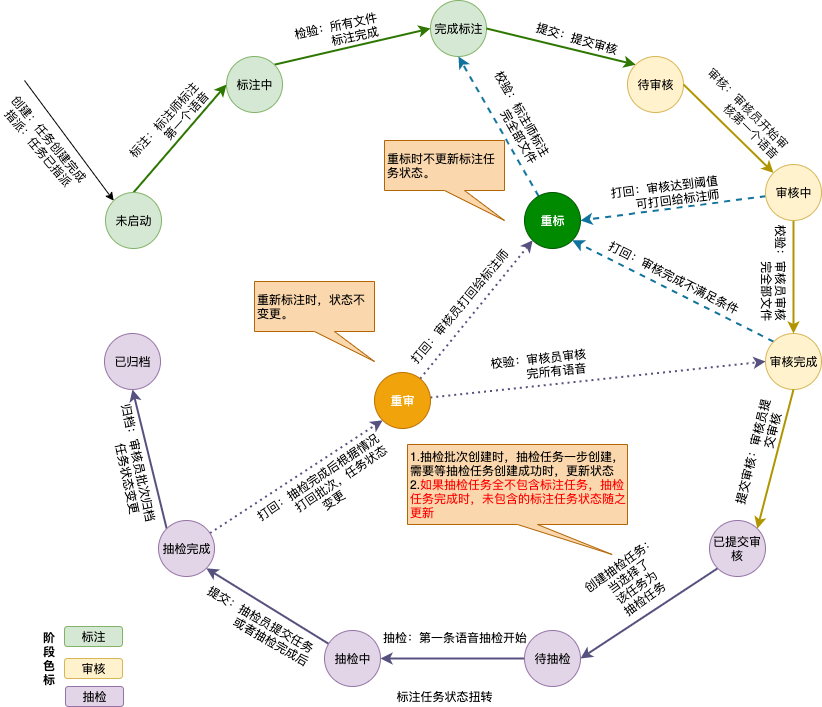
Above: 标注状态转变图.png in gumuqi/draw.io (draw.io), before the change. Source tidied: cells renumbered, new cells last; positions are measured from the earlier drawing's top-left corner, leaving out a move shared by most shapes.
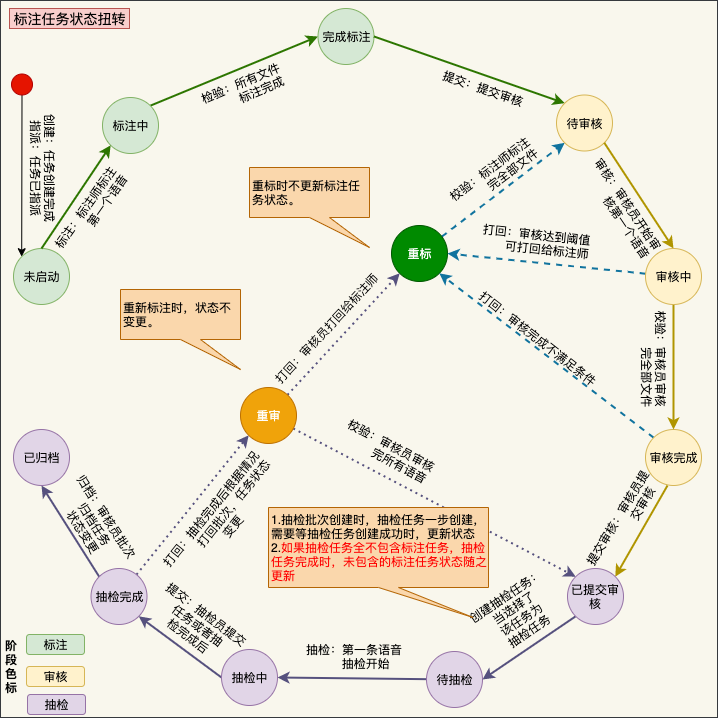
Later version of the same file.

Commit message:
已添加 标注状态转变图.png

The edit, as a diff of the source:
```diff
@@ -4,18 +4,11 @@
     <mxCell id="1" parent="0" />
-    <mxCell id="2" style="rounded=0;jettySize=auto;html=1;entryX=0;entryY=0.5;entryDx=0;entryDy=0;fillColor=#60a917;strokeColor=#2D7600;exitX=0.5;exitY=0;exitDx=0;exitDy=0;strokeWidth=2;" parent="1" edge="1" source="6" target="9">
-      <mxGeometry relative="1" as="geometry" />
-    </mxCell>
-    <mxCell id="3" value="标注：标注师标注&lt;br&gt;&amp;nbsp; &amp;nbsp; &amp;nbsp; &amp;nbsp; &amp;nbsp; &amp;nbsp;第一个语音" style="text;html=1;align=center;verticalAlign=middle;labelBackgroundColor=#ffffff;rotation=312;" parent="2" vertex="1">
-      <mxGeometry x="-0.02" y="2" relative="1" as="geometry">
-        <mxPoint x="-9" y="-14" as="offset" />
-      </mxGeometry>
-    </mxCell>
+    <mxCell id="59" style="whiteSpace=wrap;html=1;fillColor=#f9f7ed;strokeColor=#36393d;" parent="1" vertex="1">
+      <mxGeometry x="52" y="-61" width="717" height="717" as="geometry" />
+    </mxCell>
-    <mxCell id="4" style="edgeStyle=none;rounded=0;jettySize=auto;html=1;startArrow=classic;startFill=1;endArrow=none;endFill=0;exitX=0;exitY=0;exitDx=0;exitDy=0;" parent="1" edge="1" source="6">
-      <mxGeometry relative="1" as="geometry">
-        <mxPoint y="80" as="targetPoint" />
-      </mxGeometry>
+    <mxCell id="4" style="edgeStyle=none;rounded=0;jettySize=auto;html=1;startArrow=classic;startFill=1;endArrow=none;endFill=0;exitX=0;exitY=0;exitDx=0;exitDy=0;entryX=0.5;entryY=1;entryDx=0;entryDy=0;" parent="1" edge="1" source="6" target="60">
+      <mxGeometry relative="1" as="geometry" />
     </mxCell>
-    <mxCell id="5" value="&lt;span style=&quot;text-align: left&quot;&gt;创建：任务创建完成&lt;/span&gt;&lt;br style=&quot;text-align: left&quot;&gt;&lt;span style=&quot;text-align: left&quot;&gt;指派：任务已指派&lt;/span&gt;" style="text;html=1;align=center;verticalAlign=middle;labelBackgroundColor=#ffffff;rotation=50;" parent="4" vertex="1">
+    <mxCell id="5" value="&lt;span style=&quot;text-align: left&quot;&gt;创建：任务创建完成&lt;/span&gt;&lt;br style=&quot;text-align: left&quot;&gt;&lt;span style=&quot;text-align: left&quot;&gt;指派：任务已指派&lt;/span&gt;" style="text;html=1;align=center;verticalAlign=middle;labelBackgroundColor=none;rotation=90;" parent="4" vertex="1">
       <mxGeometry x="0.25" relative="1" as="geometry">
-        <mxPoint x="-13.5" y="16.5" as="offset" />
+        <mxPoint x="22" y="12" as="offset" />
       </mxGeometry>
@@ -23,3 +16,3 @@
     <mxCell id="6" value="未启动" style="ellipse;whiteSpace=wrap;html=1;fillColor=#d5e8d4;strokeColor=#82b366;" parent="1" vertex="1">
-      <mxGeometry x="81" y="192" width="56" height="56" as="geometry" />
+      <mxGeometry x="65" y="187" width="56" height="56" as="geometry" />
     </mxCell>
@@ -28,5 +21,5 @@
     </mxCell>
-    <mxCell id="8" value="&lt;span style=&quot;font-size: 11px&quot;&gt;检验：所有文件&lt;/span&gt;&lt;br style=&quot;font-size: 11px&quot;&gt;&lt;span style=&quot;font-size: 11px&quot;&gt;&amp;nbsp; &amp;nbsp; &amp;nbsp; &amp;nbsp; &amp;nbsp; 标注完成&lt;/span&gt;" style="text;html=1;align=center;verticalAlign=middle;labelBackgroundColor=#ffffff;rotation=348;direction=south;" parent="7" vertex="1">
+    <mxCell id="8" value="&lt;span style=&quot;font-size: 11px&quot;&gt;检验：所有文件&lt;/span&gt;&lt;br style=&quot;font-size: 11px&quot;&gt;&lt;span style=&quot;font-size: 11px&quot;&gt;&amp;nbsp; &amp;nbsp; &amp;nbsp; &amp;nbsp; &amp;nbsp; 标注完成&lt;/span&gt;" style="text;html=1;align=center;verticalAlign=middle;labelBackgroundColor=none;rotation=337;direction=south;" parent="7" vertex="1">
       <mxGeometry x="-0.17" y="2" relative="1" as="geometry">
-        <mxPoint x="-2.5" y="-16" as="offset" />
+        <mxPoint x="24" y="14" as="offset" />
       </mxGeometry>
@@ -34,13 +27,13 @@
     <mxCell id="9" value="标注中" style="ellipse;whiteSpace=wrap;html=1;fillColor=#d5e8d4;strokeColor=#82b366;" parent="1" vertex="1">
-      <mxGeometry x="202" y="56" width="56" height="56" as="geometry" />
+      <mxGeometry x="154" y="36" width="56" height="56" as="geometry" />
     </mxCell>
     <mxCell id="10" value="完成标注" style="ellipse;whiteSpace=wrap;html=1;fillColor=#d5e8d4;strokeColor=#82b366;" parent="1" vertex="1">
-      <mxGeometry x="406" width="56" height="56" as="geometry" />
+      <mxGeometry x="369.5" y="-53" width="56" height="56" as="geometry" />
     </mxCell>
-    <mxCell id="11" style="edgeStyle=none;rounded=0;jettySize=auto;html=1;entryX=0.5;entryY=1;entryDx=0;entryDy=0;startArrow=none;startFill=0;endArrow=classic;endFill=1;dashed=1;strokeWidth=2;fillColor=#b1ddf0;strokeColor=#10739e;" parent="1" edge="1" source="13" target="10">
+    <mxCell id="11" style="edgeStyle=none;rounded=0;jettySize=auto;html=1;entryX=0;entryY=1;entryDx=0;entryDy=0;startArrow=none;startFill=0;endArrow=classic;endFill=1;dashed=1;strokeWidth=2;fillColor=#b1ddf0;strokeColor=#10739e;" parent="1" edge="1" source="13" target="19">
       <mxGeometry relative="1" as="geometry" />
     </mxCell>
-    <mxCell id="12" value="&lt;span style=&quot;color: rgb(0 , 0 , 0)&quot;&gt;校验：标注师标注&lt;/span&gt;&lt;br style=&quot;color: rgb(0 , 0 , 0)&quot;&gt;&lt;span style=&quot;color: rgb(0 , 0 , 0)&quot;&gt;&amp;nbsp; &amp;nbsp; &amp;nbsp; &amp;nbsp; &amp;nbsp; &amp;nbsp;完全部文件&lt;/span&gt;" style="text;html=1;align=center;verticalAlign=middle;labelBackgroundColor=#ffffff;fontColor=#006633;rotation=60;" parent="11" vertex="1">
+    <mxCell id="12" value="&lt;span style=&quot;color: rgb(0 , 0 , 0)&quot;&gt;校验：标注师标注&lt;/span&gt;&lt;br style=&quot;color: rgb(0 , 0 , 0)&quot;&gt;&lt;span style=&quot;color: rgb(0 , 0 , 0)&quot;&gt;&amp;nbsp; &amp;nbsp; &amp;nbsp; &amp;nbsp; &amp;nbsp; &amp;nbsp;完全部文件&lt;/span&gt;" style="text;html=1;align=center;verticalAlign=middle;labelBackgroundColor=none;fontColor=#006633;rotation=323;" parent="11" vertex="1">
       <mxGeometry x="0.11" y="-2" relative="1" as="geometry">
-        <mxPoint x="22" y="-0.5" as="offset" />
+        <mxPoint x="-18" y="-11.5" as="offset" />
       </mxGeometry>
@@ -48,3 +41,3 @@
     <mxCell id="13" value="重标" style="ellipse;whiteSpace=wrap;html=1;fillColor=#008a00;strokeColor=#005700;fontColor=#ffffff;" parent="1" vertex="1">
-      <mxGeometry x="500" y="192" width="56" height="56" as="geometry" />
+      <mxGeometry x="443" y="164" width="56" height="56" as="geometry" />
     </mxCell>
@@ -53,5 +46,5 @@
     </mxCell>
-    <mxCell id="15" value="打回：审核完成不满足条件" style="text;html=1;align=center;verticalAlign=middle;labelBackgroundColor=#ffffff;rotation=27;" parent="14" vertex="1">
+    <mxCell id="15" value="打回：审核完成不满足条件" style="text;html=1;align=center;verticalAlign=middle;labelBackgroundColor=none;rotation=38;" parent="14" vertex="1">
       <mxGeometry x="0.41" relative="1" as="geometry">
-        <mxPoint x="43" y="6.5" as="offset" />
+        <mxPoint x="36.5" y="16" as="offset" />
       </mxGeometry>
@@ -59,3 +52,3 @@
     <mxCell id="16" value="审核完成" style="ellipse;whiteSpace=wrap;html=1;fillColor=#fff2cc;strokeColor=#d6b656;" parent="1" vertex="1">
-      <mxGeometry x="741" y="333" width="56" height="56" as="geometry" />
+      <mxGeometry x="697" y="368" width="56" height="56" as="geometry" />
     </mxCell>
@@ -64,5 +57,5 @@
     </mxCell>
-    <mxCell id="18" value="提交：提交审核" style="text;html=1;align=center;verticalAlign=middle;labelBackgroundColor=#ffffff;rotation=16;" parent="17" vertex="1">
+    <mxCell id="18" value="提交：提交审核" style="text;html=1;align=center;verticalAlign=middle;labelBackgroundColor=none;rotation=19;" parent="17" vertex="1">
       <mxGeometry x="-0.16" relative="1" as="geometry">
-        <mxPoint x="4" y="-12" as="offset" />
+        <mxPoint x="-1" y="12.5" as="offset" />
       </mxGeometry>
@@ -70,16 +63,16 @@
     <mxCell id="19" value="待审核" style="ellipse;whiteSpace=wrap;html=1;fillColor=#fff2cc;strokeColor=#d6b656;" parent="1" vertex="1">
-      <mxGeometry x="603" y="56" width="56" height="56" as="geometry" />
+      <mxGeometry x="608" y="33.5" width="56" height="56" as="geometry" />
     </mxCell>
-    <mxCell id="20" style="rounded=0;jettySize=auto;html=1;entryX=1;entryY=0.5;entryDx=0;entryDy=0;fillColor=#e3c800;strokeColor=#B09500;startArrow=classic;startFill=1;endArrow=none;endFill=0;strokeWidth=2;" parent="1" edge="1" source="28" target="19">
+    <mxCell id="20" style="rounded=0;jettySize=auto;html=1;entryX=1;entryY=1;entryDx=0;entryDy=0;fillColor=#e3c800;strokeColor=#B09500;startArrow=classic;startFill=1;endArrow=none;endFill=0;strokeWidth=2;exitX=0.5;exitY=0;exitDx=0;exitDy=0;" parent="1" edge="1" source="28" target="19">
       <mxGeometry relative="1" as="geometry" />
     </mxCell>
-    <mxCell id="21" value="审核：审核员开始审&lt;br&gt;&amp;nbsp; &amp;nbsp; &amp;nbsp; &amp;nbsp; &amp;nbsp; &amp;nbsp;核第一个语音" style="text;html=1;align=center;verticalAlign=middle;labelBackgroundColor=#ffffff;rotation=45;" parent="20" vertex="1">
+    <mxCell id="21" value="审核：审核员开始审&lt;br&gt;&amp;nbsp; &amp;nbsp; &amp;nbsp; &amp;nbsp; &amp;nbsp; &amp;nbsp;核第一个语音" style="text;html=1;align=center;verticalAlign=middle;labelBackgroundColor=none;rotation=56;" parent="20" vertex="1">
       <mxGeometry x="0.25" y="-1" relative="1" as="geometry">
-        <mxPoint x="26.5" y="-4.5" as="offset" />
+        <mxPoint x="-7.5" y="25.5" as="offset" />
       </mxGeometry>
     </mxCell>
-    <mxCell id="22" style="rounded=0;jettySize=auto;html=1;fillColor=#e3c800;strokeColor=#B09500;entryX=1;entryY=0;entryDx=0;entryDy=0;exitX=0.5;exitY=1;exitDx=0;exitDy=0;strokeWidth=2;" parent="1" edge="1" source="16" target="54">
+    <mxCell id="22" style="rounded=0;jettySize=auto;html=1;fillColor=#e3c800;strokeColor=#B09500;entryX=1;entryY=0;entryDx=0;entryDy=0;exitX=0.393;exitY=1;exitDx=0;exitDy=0;strokeWidth=2;exitPerimeter=0;" parent="1" edge="1" source="16" target="54">
       <mxGeometry relative="1" as="geometry" />
     </mxCell>
-    <mxCell id="23" value="提交审核：审核员提&lt;br&gt;&amp;nbsp; &amp;nbsp; &amp;nbsp; &amp;nbsp; &amp;nbsp; &amp;nbsp; &amp;nbsp; &amp;nbsp;交审核" style="text;html=1;align=center;verticalAlign=middle;labelBackgroundColor=#ffffff;rotation=284;" parent="22" vertex="1">
+    <mxCell id="23" value="提交审核：审核员提&lt;br&gt;&amp;nbsp; &amp;nbsp; &amp;nbsp; &amp;nbsp; &amp;nbsp; &amp;nbsp; &amp;nbsp; &amp;nbsp;交审核" style="text;html=1;align=center;verticalAlign=middle;labelBackgroundColor=none;rotation=301;" parent="22" vertex="1">
       <mxGeometry x="0.18" relative="1" as="geometry">
@@ -91,3 +84,3 @@
     </mxCell>
-    <mxCell id="25" value="校验：审核员审核&lt;br&gt;&amp;nbsp; &amp;nbsp; &amp;nbsp; &amp;nbsp; &amp;nbsp; &amp;nbsp;完全部文件" style="text;html=1;align=center;verticalAlign=middle;labelBackgroundColor=#ffffff;rotation=90;" parent="24" vertex="1">
+    <mxCell id="25" value="校验：审核员审核&lt;br&gt;&amp;nbsp; &amp;nbsp; &amp;nbsp; &amp;nbsp; &amp;nbsp; &amp;nbsp;完全部文件" style="text;html=1;align=center;verticalAlign=middle;labelBackgroundColor=none;rotation=90;" parent="24" vertex="1">
       <mxGeometry x="-0.61" y="-1" relative="1" as="geometry">
@@ -99,3 +92,3 @@
     </mxCell>
-    <mxCell id="27" value="打回：审核达到阈值&lt;br&gt;&amp;nbsp; &amp;nbsp; &amp;nbsp; &amp;nbsp;可打回给标注师" style="text;html=1;align=center;verticalAlign=middle;labelBackgroundColor=#ffffff;rotation=353;" parent="26" vertex="1">
+    <mxCell id="27" value="打回：审核达到阈值&lt;br&gt;&amp;nbsp; &amp;nbsp; &amp;nbsp; &amp;nbsp;可打回给标注师" style="text;html=1;align=center;verticalAlign=middle;labelBackgroundColor=none;rotation=6;" parent="26" vertex="1">
       <mxGeometry x="0.32" y="-2" relative="1" as="geometry">
@@ -105,3 +98,3 @@
     <mxCell id="28" value="审核中" style="ellipse;whiteSpace=wrap;html=1;fillColor=#fff2cc;strokeColor=#d6b656;" parent="1" vertex="1">
-      <mxGeometry x="741" y="164" width="56" height="56" as="geometry" />
+      <mxGeometry x="697" y="187" width="56" height="56" as="geometry" />
     </mxCell>
@@ -110,5 +103,5 @@
     </mxCell>
-    <mxCell id="30" value="归档：审核员批次归档&lt;br&gt;&amp;nbsp; &amp;nbsp; &amp;nbsp; &amp;nbsp; 任务状态变更" style="text;html=1;align=center;verticalAlign=middle;labelBackgroundColor=#ffffff;rotation=78;" parent="29" vertex="1">
+    <mxCell id="30" value="归档：审核员批次&lt;br&gt;归档任务&lt;br&gt;状态变更" style="text;html=1;align=center;verticalAlign=middle;labelBackgroundColor=none;rotation=57;" parent="29" vertex="1">
       <mxGeometry x="0.22" y="-1" relative="1" as="geometry">
-        <mxPoint x="-14.5" y="20" as="offset" />
+        <mxPoint x="31" y="3.5" as="offset" />
       </mxGeometry>
@@ -118,5 +111,5 @@
     </mxCell>
-    <mxCell id="32" value="打回：抽检完成后根据情况&lt;br&gt;&amp;nbsp; &amp;nbsp; &amp;nbsp; &amp;nbsp; &amp;nbsp; &amp;nbsp;打回批次，任务状态&lt;br&gt;变更" style="text;html=1;align=center;verticalAlign=middle;labelBackgroundColor=#ffffff;rotation=326;" parent="31" vertex="1">
+    <mxCell id="32" value="打回：抽检完成后根据情况&lt;br&gt;&amp;nbsp; &amp;nbsp; &amp;nbsp; &amp;nbsp; &amp;nbsp; &amp;nbsp;打回批次，任务状态&lt;br&gt;变更" style="text;html=1;align=center;verticalAlign=middle;labelBackgroundColor=none;rotation=309;" parent="31" vertex="1">
       <mxGeometry x="-0.48" y="1" relative="1" as="geometry">
-        <mxPoint x="72" y="-15" as="offset" />
+        <mxPoint x="57" y="-20.5" as="offset" />
       </mxGeometry>
@@ -124,11 +117,11 @@
     <mxCell id="33" value="抽检完成" style="ellipse;whiteSpace=wrap;html=1;fillColor=#e1d5e7;strokeColor=#9673a6;" parent="1" vertex="1">
-      <mxGeometry x="134" y="520" width="56" height="56" as="geometry" />
+      <mxGeometry x="142.5" y="507" width="56" height="56" as="geometry" />
     </mxCell>
     <mxCell id="34" value="已归档" style="ellipse;whiteSpace=wrap;html=1;fillColor=#e1d5e7;strokeColor=#9673a6;" parent="1" vertex="1">
-      <mxGeometry x="80" y="333" width="56" height="56" as="geometry" />
+      <mxGeometry x="65" y="368" width="56" height="56" as="geometry" />
     </mxCell>
-    <mxCell id="35" style="rounded=0;jettySize=auto;html=1;entryX=0;entryY=0.5;entryDx=0;entryDy=0;fillColor=#d0cee2;strokeColor=#56517e;strokeWidth=2;dashed=1;dashPattern=1 2;" parent="1" edge="1" source="39" target="16">
+    <mxCell id="35" style="rounded=0;jettySize=auto;html=1;entryX=0;entryY=0;entryDx=0;entryDy=0;fillColor=#d0cee2;strokeColor=#56517e;strokeWidth=2;dashed=1;dashPattern=1 2;" parent="1" edge="1" source="39" target="54">
       <mxGeometry relative="1" as="geometry" />
     </mxCell>
-    <mxCell id="36" value="校验：审核员审核&lt;br&gt;&amp;nbsp; &amp;nbsp; &amp;nbsp; &amp;nbsp; &amp;nbsp; 完所有语音" style="text;html=1;align=center;verticalAlign=middle;labelBackgroundColor=#ffffff;rotation=354;" parent="35" vertex="1">
+    <mxCell id="36" value="校验：审核员审核&lt;br&gt;&amp;nbsp; &amp;nbsp; &amp;nbsp; &amp;nbsp; &amp;nbsp; 完所有语音" style="text;html=1;align=center;verticalAlign=middle;labelBackgroundColor=none;rotation=28;" parent="35" vertex="1">
       <mxGeometry x="-0.41" y="2" relative="1" as="geometry">
@@ -140,3 +133,3 @@
     </mxCell>
-    <mxCell id="38" value="打回：审核员打回给标注师" style="text;html=1;align=center;verticalAlign=middle;labelBackgroundColor=#ffffff;rotation=310;" parent="37" vertex="1">
+    <mxCell id="38" value="打回：审核员打回给标注师" style="text;html=1;align=center;verticalAlign=middle;labelBackgroundColor=none;rotation=313;" parent="37" vertex="1">
       <mxGeometry x="-0.28" y="3" relative="1" as="geometry">
@@ -146,6 +139,6 @@
     <mxCell id="39" value="重审" style="ellipse;whiteSpace=wrap;html=1;fillColor=#f0a30a;strokeColor=#BD7000;fontColor=#ffffff;" parent="1" vertex="1">
-      <mxGeometry x="350" y="372" width="56" height="56" as="geometry" />
+      <mxGeometry x="292" y="326" width="56" height="56" as="geometry" />
     </mxCell>
-    <mxCell id="40" value="标注任务状态扭转" style="text;html=1;strokeColor=none;fillColor=none;align=center;verticalAlign=middle;whiteSpace=wrap;rounded=0;" parent="1" vertex="1">
-      <mxGeometry x="370" y="686" width="100" height="20" as="geometry" />
+    <mxCell id="40" value="标注任务状态扭转" style="text;html=1;strokeColor=#b85450;fillColor=#f8cecc;align=center;verticalAlign=middle;whiteSpace=wrap;rounded=0;fontSize=14;" parent="1" vertex="1">
+      <mxGeometry x="61" y="-53" width="120" height="20" as="geometry" />
     </mxCell>
@@ -154,3 +147,3 @@
     </mxCell>
-    <mxCell id="42" value="抽检：第一条语音抽检开始" style="text;html=1;align=center;verticalAlign=middle;labelBackgroundColor=#ffffff;" parent="41" vertex="1">
+    <mxCell id="42" value="抽检：第一条语音&lt;br&gt;&amp;nbsp; &amp;nbsp; &amp;nbsp; &amp;nbsp;抽检开始" style="text;html=1;align=center;verticalAlign=middle;labelBackgroundColor=none;" parent="41" vertex="1">
       <mxGeometry x="0.4" y="-1" relative="1" as="geometry">
@@ -160,10 +153,10 @@
     <mxCell id="43" value="待抽检" style="ellipse;whiteSpace=wrap;html=1;fillColor=#e1d5e7;strokeColor=#9673a6;" parent="1" vertex="1">
-      <mxGeometry x="500" y="630" width="56" height="56" as="geometry" />
+      <mxGeometry x="478" y="590" width="56" height="56" as="geometry" />
     </mxCell>
-    <mxCell id="44" style="edgeStyle=none;rounded=0;jettySize=auto;html=1;entryX=1;entryY=1;entryDx=0;entryDy=0;startArrow=none;startFill=0;endArrow=classic;endFill=1;fillColor=#d0cee2;strokeColor=#56517e;strokeWidth=2;" parent="1" edge="1" source="46" target="33">
+    <mxCell id="44" style="edgeStyle=none;rounded=0;jettySize=auto;html=1;entryX=1;entryY=1;entryDx=0;entryDy=0;startArrow=none;startFill=0;endArrow=classic;endFill=1;fillColor=#d0cee2;strokeColor=#56517e;strokeWidth=2;exitX=0;exitY=0.5;exitDx=0;exitDy=0;" parent="1" edge="1" source="46" target="33">
       <mxGeometry relative="1" as="geometry" />
     </mxCell>
-    <mxCell id="45" value="提交：抽检员提交任务&lt;br&gt;&amp;nbsp; &amp;nbsp; &amp;nbsp; &amp;nbsp; &amp;nbsp; &amp;nbsp; &amp;nbsp;或者抽检完成后&amp;nbsp;" style="text;html=1;align=center;verticalAlign=middle;labelBackgroundColor=#ffffff;rotation=30;" parent="44" vertex="1">
+    <mxCell id="45" value="提交：抽检员提交&lt;br&gt;任务或者抽&lt;br&gt;检完成后&amp;nbsp;" style="text;html=1;align=center;verticalAlign=middle;labelBackgroundColor=none;rotation=37;" parent="44" vertex="1">
       <mxGeometry x="0.28" relative="1" as="geometry">
-        <mxPoint x="7.5" y="29" as="offset" />
+        <mxPoint x="30" y="-13.5" as="offset" />
       </mxGeometry>
@@ -171,3 +164,3 @@
     <mxCell id="46" value="抽检中" style="ellipse;whiteSpace=wrap;html=1;fillColor=#e1d5e7;strokeColor=#9673a6;" parent="1" vertex="1">
-      <mxGeometry x="300" y="630" width="56" height="56" as="geometry" />
+      <mxGeometry x="273" y="588" width="56" height="56" as="geometry" />
     </mxCell>
@@ -175,4 +168,4 @@
       <mxGeometry relative="1" as="geometry">
-        <mxPoint x="98" y="630" as="sourcePoint" />
-        <mxPoint x="98" y="630" as="targetPoint" />
+        <mxPoint x="112" y="575" as="sourcePoint" />
+        <mxPoint x="112" y="575" as="targetPoint" />
       </mxGeometry>
@@ -180,12 +173,12 @@
     <mxCell id="48" value="标注" style="rounded=1;whiteSpace=wrap;html=1;align=center;fillColor=#d5e8d4;strokeColor=#82b366;" parent="1" vertex="1">
-      <mxGeometry x="40" y="626" width="58" height="20" as="geometry" />
+      <mxGeometry x="78" y="573" width="58" height="20" as="geometry" />
     </mxCell>
     <mxCell id="49" value="审核" style="rounded=1;whiteSpace=wrap;html=1;align=center;fillColor=#fff2cc;strokeColor=#d6b656;" parent="1" vertex="1">
-      <mxGeometry x="40" y="658" width="58" height="20" as="geometry" />
+      <mxGeometry x="78" y="605" width="58" height="20" as="geometry" />
     </mxCell>
     <mxCell id="50" value="抽检" style="rounded=1;whiteSpace=wrap;html=1;align=center;fillColor=#e1d5e7;strokeColor=#9673a6;" parent="1" vertex="1">
-      <mxGeometry x="41" y="686" width="58" height="20" as="geometry" />
+      <mxGeometry x="79" y="633" width="58" height="20" as="geometry" />
     </mxCell>
     <mxCell id="51" value="&lt;b&gt;&lt;span&gt;阶段色标&lt;/span&gt;&lt;/b&gt;" style="text;html=1;strokeColor=none;fillColor=none;align=center;verticalAlign=middle;whiteSpace=wrap;rounded=0;horizontal=0;rotation=90;fontStyle=0;" parent="1" vertex="1">
-      <mxGeometry y="648" width="50" height="20" as="geometry" />
+      <mxGeometry x="38" y="595" width="50" height="20" as="geometry" />
     </mxCell>
@@ -194,3 +187,3 @@
     </mxCell>
-    <mxCell id="53" value="创建抽检任务：&lt;br&gt;当选择了&lt;br&gt;该任务为&lt;br&gt;抽检任务" style="text;html=1;align=center;verticalAlign=middle;labelBackgroundColor=#ffffff;rotation=324;" parent="52" vertex="1">
+    <mxCell id="53" value="创建抽检任务：&lt;br&gt;当选择了&lt;br&gt;该任务为&lt;br&gt;抽检任务" style="text;html=1;align=center;verticalAlign=middle;labelBackgroundColor=none;rotation=326;" parent="52" vertex="1">
       <mxGeometry x="0.19" y="-3" relative="1" as="geometry">
@@ -200,12 +193,12 @@
     <mxCell id="54" value="已提交审核" style="ellipse;whiteSpace=wrap;html=1;fillColor=#e1d5e7;strokeColor=#9673a6;" parent="1" vertex="1">
-      <mxGeometry x="685" y="520" width="56" height="56" as="geometry" />
+      <mxGeometry x="619" y="507" width="56" height="56" as="geometry" />
     </mxCell>
     <mxCell id="55" value="1.抽检批次创建时，抽检任务一步创建，需要等抽检任务创建成功时，更新状态&lt;br&gt;2.&lt;font color=&quot;#ff0000&quot;&gt;如果抽检任务全不包含标注任务，抽检任务完成时，未包含的标注任务状态随之更新&lt;/font&gt;" style="shape=callout;whiteSpace=wrap;html=1;perimeter=calloutPerimeter;position2=0.93;align=left;fillColor=#fad7ac;strokeColor=#b46504;" parent="1" vertex="1">
-      <mxGeometry x="383" y="444" width="220" height="110" as="geometry" />
+      <mxGeometry x="320" y="446" width="220" height="110" as="geometry" />
     </mxCell>
     <mxCell id="56" value="重新标注时，状态不变更。" style="shape=callout;whiteSpace=wrap;html=1;perimeter=calloutPerimeter;align=left;position2=1;fillColor=#fad7ac;strokeColor=#b46504;" parent="1" vertex="1">
-      <mxGeometry x="230" y="281" width="120" height="80" as="geometry" />
+      <mxGeometry x="172" y="228" width="120" height="80" as="geometry" />
     </mxCell>
     <mxCell id="57" value="重标时不更新标注任务状态。" style="shape=callout;whiteSpace=wrap;html=1;perimeter=calloutPerimeter;align=left;position2=1;fillColor=#fad7ac;strokeColor=#b46504;" parent="1" vertex="1">
-      <mxGeometry x="360" y="140" width="120" height="80" as="geometry" />
+      <mxGeometry x="301" y="106" width="120" height="80" as="geometry" />
     </mxCell>
@@ -214,2 +207,13 @@
     </mxCell>
+    <mxCell id="2" style="rounded=0;jettySize=auto;html=1;entryX=0;entryY=1;entryDx=0;entryDy=0;fillColor=#60a917;strokeColor=#2D7600;exitX=0.5;exitY=0;exitDx=0;exitDy=0;strokeWidth=2;" parent="1" edge="1" source="6" target="9">
+      <mxGeometry relative="1" as="geometry" />
+    </mxCell>
+    <mxCell id="3" value="标注：标注师标注&lt;br&gt;&amp;nbsp; &amp;nbsp; &amp;nbsp; &amp;nbsp; &amp;nbsp; &amp;nbsp;第一个语音" style="text;html=1;align=center;verticalAlign=middle;labelBackgroundColor=none;rotation=-55;" parent="2" vertex="1">
+      <mxGeometry x="-0.02" y="2" relative="1" as="geometry">
+        <mxPoint x="16.5" y="15" as="offset" />
+      </mxGeometry>
+    </mxCell>
+    <mxCell id="60" style="ellipse;whiteSpace=wrap;html=1;fillColor=#e51400;strokeColor=#B20000;fontColor=#ffffff;" parent="1" vertex="1">
+      <mxGeometry x="63" y="12.5" width="21" height="21" as="geometry" />
+    </mxCell>
   </root>
```
